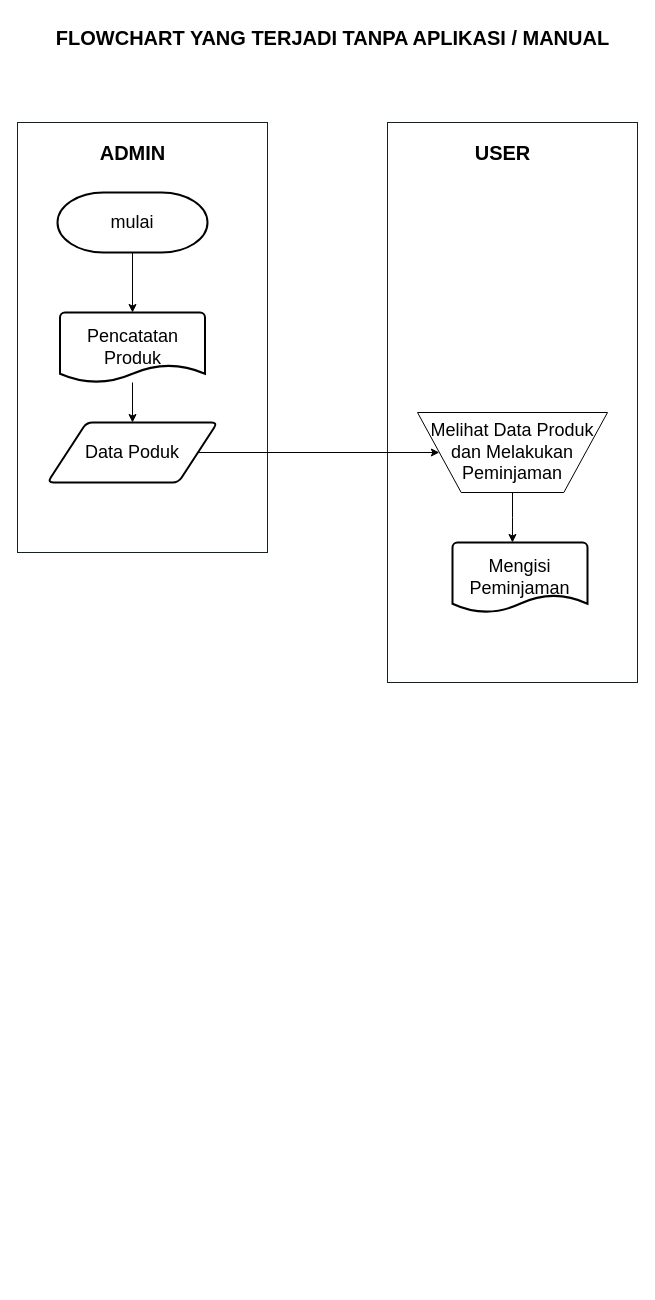
Diskominfoo/iventory keeps this draw.io diagram as flowchart_manual.drawio. Above is the earlier version. Source tidied: cells renumbered, new cells numbered last; positions are measured from the earlier drawing's top-left corner, leaving out a move shared by most shapes. Both pictures are drawn from the tidied source at 100%, with x=0, y=0 at pixel (17, 17).
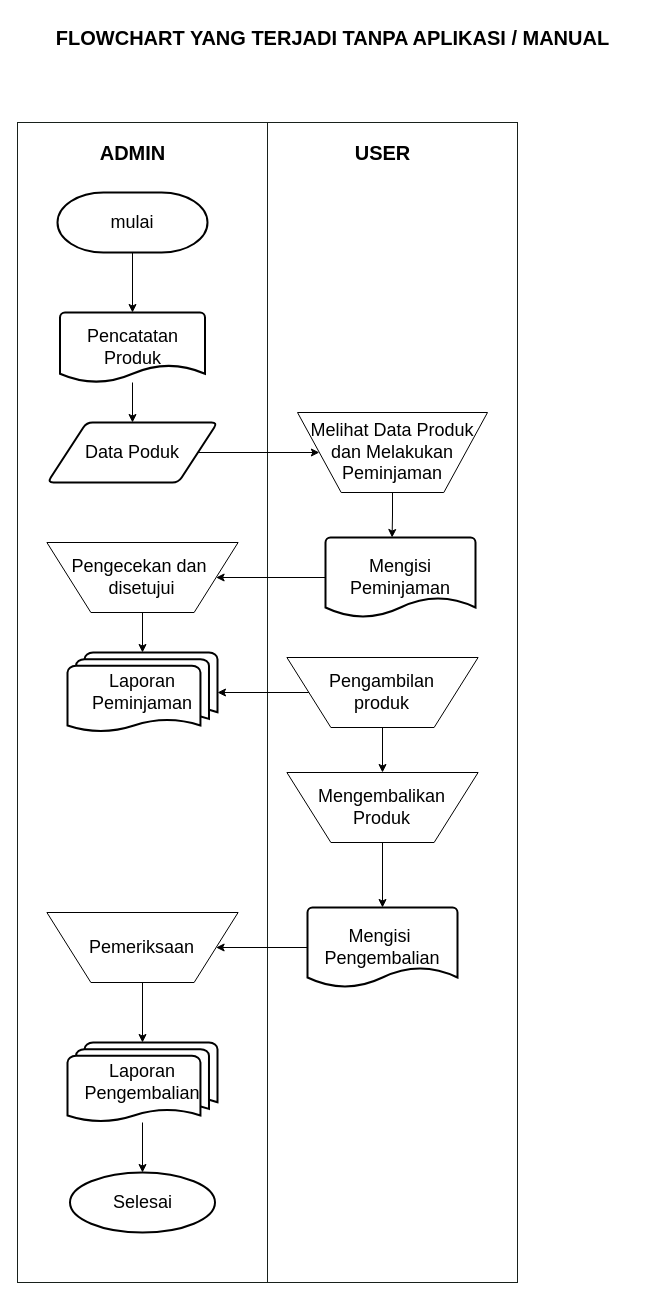
Above is the later version.

Diff of the diagram source:
```diff
@@
+    <mxCell id="12" style="verticalLabelPosition=bottom;verticalAlign=top;html=1;shadow=0;dashed=0;strokeWidth=1;shape=mxgraph.ios.iBgFlat;strokeColor=#18211b;" parent="1" vertex="1">
+      <mxGeometry x="250" y="105" width="250" height="1160" as="geometry" />
+    </mxCell>
@@
-    <mxCell id="3" style="group;" parent="1" vertex="1">
-      <mxGeometry y="105" width="250" height="430" as="geometry" />
-    </mxCell>
-    <mxCell id="4" style="verticalLabelPosition=bottom;verticalAlign=top;html=1;shadow=0;dashed=0;strokeWidth=1;shape=mxgraph.ios.iBgFlat;strokeColor=#18211b;" parent="3" vertex="1">
-      <mxGeometry width="250" height="430" as="geometry" />
+    <mxCell id="4" style="verticalLabelPosition=bottom;verticalAlign=top;html=1;shadow=0;dashed=0;strokeWidth=1;shape=mxgraph.ios.iBgFlat;strokeColor=#18211b;" parent="1" vertex="1">
+      <mxGeometry y="105" width="250" height="1160" as="geometry" />
     </mxCell>
-    <mxCell id="5" value="&lt;font style=&quot;font-size: 18px;&quot;&gt;mulai&lt;/font&gt;" style="strokeWidth=2;html=1;shape=mxgraph.flowchart.terminator;whiteSpace=wrap;" parent="3" vertex="1">
-      <mxGeometry x="40" y="70" width="150" height="60" as="geometry" />
+    <mxCell id="5" value="&lt;font style=&quot;font-size: 18px;&quot;&gt;mulai&lt;/font&gt;" style="strokeWidth=2;html=1;shape=mxgraph.flowchart.terminator;whiteSpace=wrap;" parent="1" vertex="1">
+      <mxGeometry x="40" y="175" width="150" height="60" as="geometry" />
     </mxCell>
-    <mxCell id="6" value="ADMIN" style="text;html=1;align=center;verticalAlign=middle;strokeColor=none;fillColor=none;fontSize=20;fontStyle=1;" parent="3" vertex="1">
-      <mxGeometry x="70" y="10" width="90" height="40" as="geometry" />
+    <mxCell id="6" value="ADMIN" style="text;html=1;align=center;verticalAlign=middle;strokeColor=none;fillColor=none;fontSize=20;fontStyle=1;" parent="1" vertex="1">
+      <mxGeometry x="70" y="115" width="90" height="40" as="geometry" />
     </mxCell>
-    <mxCell id="7" style="edgeStyle=orthogonalEdgeStyle;rounded=0;jettySize=auto;html=1;entryX=0.5;entryY=0;entryDx=0;entryDy=0;" parent="3" edge="1" source="8" target="10">
+    <mxCell id="7" style="edgeStyle=orthogonalEdgeStyle;rounded=0;jettySize=auto;html=1;entryX=0.5;entryY=0;entryDx=0;entryDy=0;" parent="1" edge="1" source="8" target="10">
       <mxGeometry relative="1" as="geometry" />
     </mxCell>
-    <mxCell id="8" value="&lt;font style=&quot;font-size: 18px;&quot;&gt;Pencatatan Produk&lt;/font&gt;" style="strokeWidth=2;html=1;shape=mxgraph.flowchart.document2;whiteSpace=wrap;size=0.25;" parent="3" vertex="1">
-      <mxGeometry x="42.5" y="190" width="145" height="70" as="geometry" />
+    <mxCell id="8" value="&lt;font style=&quot;font-size: 18px;&quot;&gt;Pencatatan Produk&lt;/font&gt;" style="strokeWidth=2;html=1;shape=mxgraph.flowchart.document2;whiteSpace=wrap;size=0.25;" parent="1" vertex="1">
+      <mxGeometry x="42.5" y="295" width="145" height="70" as="geometry" />
     </mxCell>
-    <mxCell id="9" style="edgeStyle=orthogonalEdgeStyle;rounded=0;jettySize=auto;html=1;entryX=0.5;entryY=0;entryDx=0;entryDy=0;entryPerimeter=0;" parent="3" edge="1" source="5" target="8">
+    <mxCell id="9" style="edgeStyle=orthogonalEdgeStyle;rounded=0;jettySize=auto;html=1;entryX=0.5;entryY=0;entryDx=0;entryDy=0;entryPerimeter=0;" parent="1" edge="1" source="5" target="8">
       <mxGeometry relative="1" as="geometry" />
     </mxCell>
+    <mxCell id="17" style="edgeStyle=orthogonalEdgeStyle;rounded=0;jettySize=auto;html=1;entryX=0;entryY=0.5;entryDx=0;entryDy=0;" parent="1" edge="1" source="10" target="14">
+      <mxGeometry relative="1" as="geometry" />
+    </mxCell>
-    <mxCell id="10" value="&lt;font style=&quot;font-size: 18px;&quot;&gt;Data Poduk&lt;/font&gt;" style="shape=parallelogram;html=1;strokeWidth=2;perimeter=parallelogramPerimeter;whiteSpace=wrap;rounded=1;arcSize=12;size=0.23;" parent="3" vertex="1">
-      <mxGeometry x="30" y="300" width="170" height="60" as="geometry" />
+    <mxCell id="10" value="&lt;font style=&quot;font-size: 18px;&quot;&gt;Data Poduk&lt;/font&gt;" style="shape=parallelogram;html=1;strokeWidth=2;perimeter=parallelogramPerimeter;whiteSpace=wrap;rounded=1;arcSize=12;size=0.23;" parent="1" vertex="1">
+      <mxGeometry x="30" y="405" width="170" height="60" as="geometry" />
     </mxCell>
-    <mxCell id="11" style="group;" parent="1" vertex="1">
-      <mxGeometry x="370" y="105" width="250" height="560" as="geometry" />
-    </mxCell>
-    <mxCell id="12" style="verticalLabelPosition=bottom;verticalAlign=top;html=1;shadow=0;dashed=0;strokeWidth=1;shape=mxgraph.ios.iBgFlat;strokeColor=#18211b;" parent="11" vertex="1">
-      <mxGeometry width="250" height="560" as="geometry" />
-    </mxCell>
-    <mxCell id="13" value="USER" style="text;html=1;align=center;verticalAlign=middle;strokeColor=none;fillColor=none;fontSize=20;fontStyle=1;" parent="11" vertex="1">
-      <mxGeometry x="75" y="10" width="80" height="40" as="geometry" />
+    <mxCell id="13" value="USER" style="text;html=1;align=center;verticalAlign=middle;strokeColor=none;fillColor=none;fontSize=20;fontStyle=1;" parent="1" vertex="1">
+      <mxGeometry x="325" y="115" width="80" height="40" as="geometry" />
     </mxCell>
-    <mxCell id="14" value="&lt;font&gt;Melihat Data Produk&lt;/font&gt;&lt;div&gt;&lt;font&gt;dan&amp;nbsp;&lt;/font&gt;&lt;span style=&quot;background-color: transparent; color: light-dark(rgb(0, 0, 0), rgb(255, 255, 255));&quot;&gt;Melakukan Peminjaman&lt;/span&gt;&lt;/div&gt;" style="verticalLabelPosition=middle;verticalAlign=middle;html=1;shape=trapezoid;perimeter=trapezoidPerimeter;whiteSpace=wrap;size=0.23;arcSize=10;flipV=1;labelPosition=center;align=center;fontSize=18;" parent="11" vertex="1">
-      <mxGeometry x="30" y="290" width="190" height="80" as="geometry" />
+    <mxCell id="14" value="&lt;font&gt;Melihat Data Produk&lt;/font&gt;&lt;div&gt;&lt;font&gt;dan&amp;nbsp;&lt;/font&gt;&lt;span style=&quot;background-color: transparent; color: light-dark(rgb(0, 0, 0), rgb(255, 255, 255));&quot;&gt;Melakukan Peminjaman&lt;/span&gt;&lt;/div&gt;" style="verticalLabelPosition=middle;verticalAlign=middle;html=1;shape=trapezoid;perimeter=trapezoidPerimeter;whiteSpace=wrap;size=0.23;arcSize=10;flipV=1;labelPosition=center;align=center;fontSize=18;" parent="1" vertex="1">
+      <mxGeometry x="280" y="395" width="190" height="80" as="geometry" />
     </mxCell>
+    <mxCell id="18" style="edgeStyle=orthogonalEdgeStyle;rounded=0;jettySize=auto;html=1;entryX=1;entryY=0.5;entryDx=0;entryDy=0;" parent="1" edge="1" source="15" target="19">
+      <mxGeometry relative="1" as="geometry" />
+    </mxCell>
-    <mxCell id="15" value="&lt;font style=&quot;font-size: 18px;&quot;&gt;Mengisi Peminjaman&lt;/font&gt;" style="strokeWidth=2;html=1;shape=mxgraph.flowchart.document2;whiteSpace=wrap;size=0.25;" parent="11" vertex="1">
-      <mxGeometry x="65" y="420" width="135" height="70" as="geometry" />
+    <mxCell id="15" value="&lt;font style=&quot;font-size: 18px;&quot;&gt;Mengisi Peminjaman&lt;/font&gt;" style="strokeWidth=2;html=1;shape=mxgraph.flowchart.document2;whiteSpace=wrap;size=0.25;" parent="1" vertex="1">
+      <mxGeometry x="308" y="520" width="150" height="80" as="geometry" />
     </mxCell>
-    <mxCell id="16" style="edgeStyle=orthogonalEdgeStyle;rounded=0;jettySize=auto;html=1;entryX=0.444;entryY=0;entryDx=0;entryDy=0;entryPerimeter=0;" parent="11" edge="1" source="14" target="15">
+    <mxCell id="16" style="edgeStyle=orthogonalEdgeStyle;rounded=0;jettySize=auto;html=1;entryX=0.444;entryY=0;entryDx=0;entryDy=0;entryPerimeter=0;" parent="1" edge="1" source="14" target="15">
       <mxGeometry relative="1" as="geometry" />
     </mxCell>
-    <mxCell id="17" style="edgeStyle=orthogonalEdgeStyle;rounded=0;jettySize=auto;html=1;" parent="1" edge="1" source="10" target="14">
-      <mxGeometry relative="1" as="geometry" />
-    </mxCell>
+    <mxCell id="19" value="&lt;font style=&quot;font-size: 18px;&quot;&gt;Pengecekan dan&amp;nbsp;&lt;/font&gt;&lt;div&gt;&lt;font style=&quot;font-size: 18px;&quot;&gt;disetujui&lt;/font&gt;&lt;/div&gt;" style="verticalLabelPosition=middle;verticalAlign=middle;html=1;shape=trapezoid;perimeter=trapezoidPerimeter;whiteSpace=wrap;size=0.23;arcSize=10;flipV=1;labelPosition=center;align=center;" parent="1" vertex="1">
+      <mxGeometry x="29.4" y="525" width="191.2" height="70" as="geometry" />
+    </mxCell>
+    <mxCell id="20" style="edgeStyle=orthogonalEdgeStyle;rounded=0;jettySize=auto;html=1;" parent="1" edge="1" source="21" target="23">
+      <mxGeometry relative="1" as="geometry" />
+    </mxCell>
+    <mxCell id="21" value="&lt;span style=&quot;font-size: 18px;&quot;&gt;Pengambilan&lt;/span&gt;&lt;div&gt;&lt;span style=&quot;font-size: 18px;&quot;&gt;produk&lt;/span&gt;&lt;/div&gt;" style="verticalLabelPosition=middle;verticalAlign=middle;html=1;shape=trapezoid;perimeter=trapezoidPerimeter;whiteSpace=wrap;size=0.23;arcSize=10;flipV=1;labelPosition=center;align=center;" parent="1" vertex="1">
+      <mxGeometry x="269.4" y="640" width="191.2" height="70" as="geometry" />
+    </mxCell>
+    <mxCell id="22" style="edgeStyle=orthogonalEdgeStyle;rounded=0;jettySize=auto;html=1;" parent="1" edge="1" source="23" target="25">
+      <mxGeometry relative="1" as="geometry" />
+    </mxCell>
+    <mxCell id="23" value="&lt;span style=&quot;font-size: 18px;&quot;&gt;Mengembalikan&lt;/span&gt;&lt;div&gt;&lt;span style=&quot;font-size: 18px;&quot;&gt;Produk&lt;/span&gt;&lt;/div&gt;" style="verticalLabelPosition=middle;verticalAlign=middle;html=1;shape=trapezoid;perimeter=trapezoidPerimeter;whiteSpace=wrap;size=0.23;arcSize=10;flipV=1;labelPosition=center;align=center;" parent="1" vertex="1">
+      <mxGeometry x="269.4" y="755" width="191.2" height="70" as="geometry" />
+    </mxCell>
+    <mxCell id="24" style="edgeStyle=orthogonalEdgeStyle;rounded=0;jettySize=auto;html=1;entryX=1;entryY=0.5;entryDx=0;entryDy=0;" parent="1" edge="1" source="25" target="29">
+      <mxGeometry relative="1" as="geometry" />
+    </mxCell>
+    <mxCell id="25" value="&lt;font style=&quot;font-size: 18px;&quot;&gt;Mengisi&amp;nbsp;&lt;/font&gt;&lt;div&gt;&lt;font style=&quot;font-size: 18px;&quot;&gt;Pengembalian&lt;/font&gt;&lt;/div&gt;" style="strokeWidth=2;html=1;shape=mxgraph.flowchart.document2;whiteSpace=wrap;size=0.25;" parent="1" vertex="1">
+      <mxGeometry x="290" y="890" width="150" height="80" as="geometry" />
+    </mxCell>
+    <mxCell id="26" value="&lt;span style=&quot;font-size: 18px;&quot;&gt;Laporan Peminjaman&lt;/span&gt;" style="strokeWidth=2;html=1;shape=mxgraph.flowchart.multi-document;whiteSpace=wrap;" parent="1" vertex="1">
+      <mxGeometry x="50" y="635" width="150" height="80" as="geometry" />
+    </mxCell>
+    <mxCell id="27" style="edgeStyle=orthogonalEdgeStyle;rounded=0;jettySize=auto;html=1;entryX=0.5;entryY=0;entryDx=0;entryDy=0;entryPerimeter=0;" parent="1" edge="1" source="19" target="26">
+      <mxGeometry relative="1" as="geometry" />
+    </mxCell>
+    <mxCell id="28" style="edgeStyle=orthogonalEdgeStyle;rounded=0;jettySize=auto;html=1;entryX=1;entryY=0.5;entryDx=0;entryDy=0;entryPerimeter=0;" parent="1" edge="1" source="21" target="26">
+      <mxGeometry relative="1" as="geometry" />
+    </mxCell>
+    <mxCell id="29" value="&lt;span style=&quot;font-size: 18px;&quot;&gt;Pemeriksaan&lt;/span&gt;" style="verticalLabelPosition=middle;verticalAlign=middle;html=1;shape=trapezoid;perimeter=trapezoidPerimeter;whiteSpace=wrap;size=0.23;arcSize=10;flipV=1;labelPosition=center;align=center;" parent="1" vertex="1">
+      <mxGeometry x="29.4" y="895" width="191.2" height="70" as="geometry" />
+    </mxCell>
+    <mxCell id="30" value="&lt;span style=&quot;font-size: 18px;&quot;&gt;Laporan Pengembalian&lt;/span&gt;" style="strokeWidth=2;html=1;shape=mxgraph.flowchart.multi-document;whiteSpace=wrap;" parent="1" vertex="1">
+      <mxGeometry x="50" y="1025" width="150" height="80" as="geometry" />
+    </mxCell>
+    <mxCell id="31" style="edgeStyle=orthogonalEdgeStyle;rounded=0;jettySize=auto;html=1;entryX=0.5;entryY=0;entryDx=0;entryDy=0;entryPerimeter=0;" parent="1" edge="1" source="29" target="30">
+      <mxGeometry relative="1" as="geometry" />
+    </mxCell>
+    <mxCell id="32" value="&lt;font style=&quot;font-size: 18px;&quot;&gt;Selesai&lt;/font&gt;" style="strokeWidth=2;html=1;shape=mxgraph.flowchart.start_1;whiteSpace=wrap;" parent="1" vertex="1">
+      <mxGeometry x="52.5" y="1155" width="145" height="60" as="geometry" />
+    </mxCell>
+    <mxCell id="33" style="edgeStyle=orthogonalEdgeStyle;rounded=0;jettySize=auto;html=1;entryX=0.5;entryY=0;entryDx=0;entryDy=0;entryPerimeter=0;" parent="1" edge="1" source="30" target="32">
+      <mxGeometry relative="1" as="geometry" />
+    </mxCell>
```
